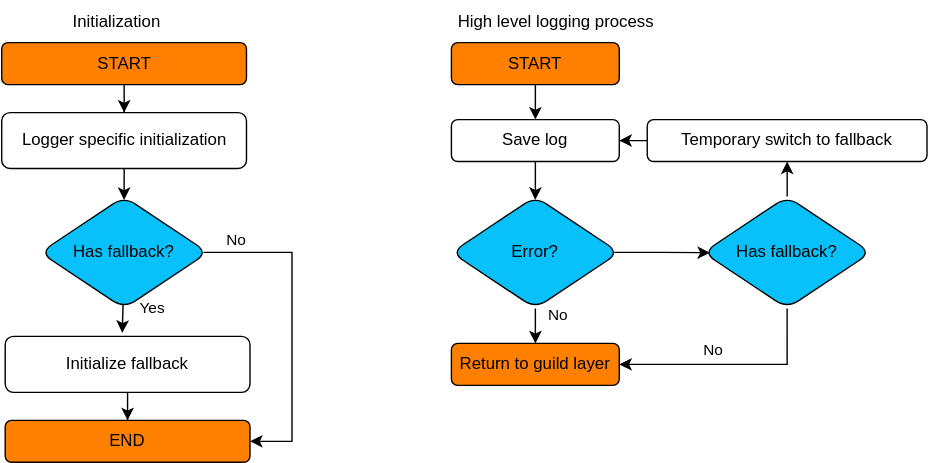
Before: docs/thesis/images/daf-high-level-log.svg, a diagram exported from draw.io (davidhozic/discord-advertisement-framework). Source tidied: cells renumbered, new cells last; positions are measured from the earlier drawing's top-left corner, leaving out a move shared by most shapes.
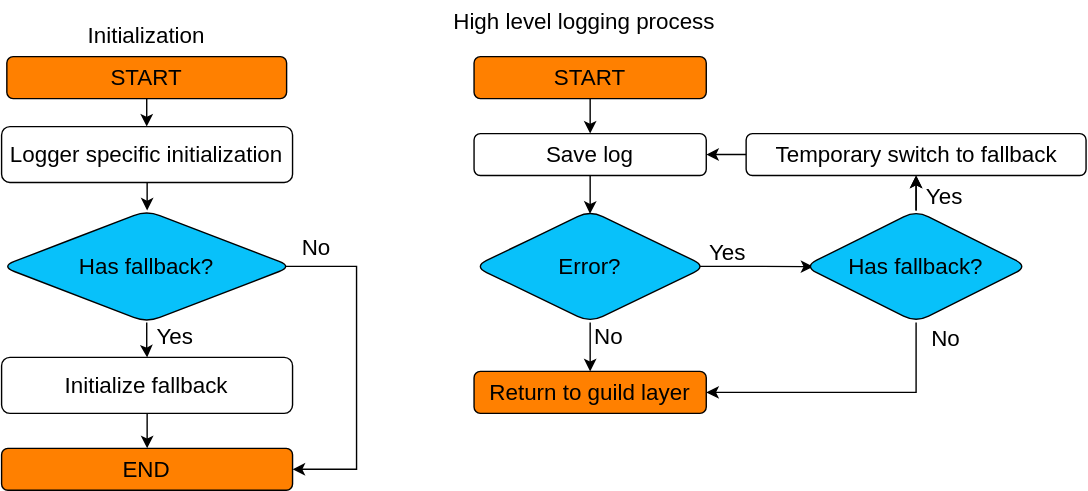
Above is the later version.

Diff of the diagram source:
```diff
@@ -2,95 +2,98 @@
   <root>
     <mxCell id="0" />
     <mxCell id="1" parent="0" />
-    <mxCell id="2" style="edgeStyle=orthogonalEdgeStyle;rounded=0;jettySize=auto;html=1;" parent="1" edge="1" source="3" target="5">
+    <mxCell id="2" style="edgeStyle=orthogonalEdgeStyle;rounded=0;jettySize=auto;html=1;fontSize=16;" parent="1" edge="1" source="3" target="5">
       <mxGeometry relative="1" as="geometry" />
     </mxCell>
-    <mxCell id="3" value="START" style="rounded=1;whiteSpace=wrap;html=1;fontSize=12;glass=0;strokeWidth=1;shadow=0;fillColor=#FF8000;strokeColor=default;" parent="1" vertex="1">
-      <mxGeometry x="0.5" y="30" width="175" height="30" as="geometry" />
+    <mxCell id="3" value="START" style="rounded=1;whiteSpace=wrap;html=1;fontSize=16;glass=0;strokeWidth=1;shadow=0;fillColor=#FF8000;strokeColor=default;" parent="1" vertex="1">
+      <mxGeometry x="-12" y="30" width="200" height="30" as="geometry" />
     </mxCell>
-    <mxCell id="4" style="edgeStyle=orthogonalEdgeStyle;rounded=0;jettySize=auto;html=1;entryX=0.5;entryY=0.031;entryDx=0;entryDy=0;entryPerimeter=0;" parent="1" edge="1" source="5" target="9">
+    <mxCell id="4" style="edgeStyle=orthogonalEdgeStyle;rounded=0;jettySize=auto;html=1;fontSize=16;" parent="1" edge="1" source="5" target="9">
       <mxGeometry relative="1" as="geometry" />
     </mxCell>
-    <mxCell id="5" value="Logger specific initialization" style="whiteSpace=wrap;html=1;rounded=1;glass=0;strokeWidth=1;shadow=0;" parent="1" vertex="1">
-      <mxGeometry x="0.5" y="80" width="175" height="40" as="geometry" />
+    <mxCell id="5" value="Logger specific initialization" style="whiteSpace=wrap;html=1;rounded=1;glass=0;strokeWidth=1;shadow=0;fontSize=16;" parent="1" vertex="1">
+      <mxGeometry x="-15.8" y="80" width="208" height="40" as="geometry" />
     </mxCell>
-    <mxCell id="6" value="Yes" style="edgeStyle=orthogonalEdgeStyle;rounded=0;jettySize=auto;html=1;exitX=0.494;exitY=0.962;exitDx=0;exitDy=0;exitPerimeter=0;entryX=0.478;entryY=-0.063;entryDx=0;entryDy=0;entryPerimeter=0;" parent="1" edge="1" source="9" target="11">
-      <mxGeometry x="-0.77" y="21" relative="1" as="geometry" />
-    </mxCell>
-    <mxCell id="7" style="edgeStyle=orthogonalEdgeStyle;rounded=0;jettySize=auto;html=1;entryX=1;entryY=0.5;entryDx=0;entryDy=0;exitX=0.973;exitY=0.499;exitDx=0;exitDy=0;exitPerimeter=0;" parent="1" edge="1" source="9" target="12">
+    <mxCell id="7" style="edgeStyle=orthogonalEdgeStyle;rounded=0;jettySize=auto;html=1;entryX=1;entryY=0.5;entryDx=0;entryDy=0;exitX=0.973;exitY=0.499;exitDx=0;exitDy=0;exitPerimeter=0;fontSize=16;" parent="1" edge="1" source="9" target="12">
       <mxGeometry relative="1" as="geometry">
         <Array as="points">
-          <mxPoint x="208" y="180" />
-          <mxPoint x="208" y="315" />
+          <mxPoint x="238" y="180" />
+          <mxPoint x="238" y="325" />
         </Array>
       </mxGeometry>
     </mxCell>
-    <mxCell id="8" value="No" style="edgeLabel;html=1;align=center;verticalAlign=middle;" parent="7" vertex="1">
+    <mxCell id="8" value="No" style="edgeLabel;html=1;align=center;verticalAlign=middle;fontSize=16;labelBackgroundColor=none;" parent="7" vertex="1">
       <mxGeometry x="-0.18" y="-1" relative="1" as="geometry">
-        <mxPoint x="-39" y="-40" as="offset" />
+        <mxPoint x="-29" y="-63" as="offset" />
       </mxGeometry>
     </mxCell>
+    <mxCell id="6" value="Yes" style="edgeStyle=orthogonalEdgeStyle;rounded=0;jettySize=auto;html=1;fontSize=16;labelBackgroundColor=none;" parent="1" edge="1" source="9" target="11">
+      <mxGeometry x="-0.21" y="20" relative="1" as="geometry" />
+    </mxCell>
-    <mxCell id="9" value="Has fallback?" style="rhombus;whiteSpace=wrap;html=1;rounded=1;glass=0;strokeWidth=1;shadow=0;fillColor=#08C1FA;" parent="1" vertex="1">
-      <mxGeometry x="28" y="140" width="120" height="80" as="geometry" />
+    <mxCell id="9" value="Has fallback?" style="rhombus;whiteSpace=wrap;html=1;rounded=1;glass=0;strokeWidth=1;shadow=0;fillColor=#08C1FA;fontSize=16;" parent="1" vertex="1">
+      <mxGeometry x="-16" y="140" width="208" height="80" as="geometry" />
     </mxCell>
-    <mxCell id="10" style="edgeStyle=orthogonalEdgeStyle;rounded=0;jettySize=auto;html=1;" parent="1" edge="1" source="11" target="12">
+    <mxCell id="10" style="edgeStyle=orthogonalEdgeStyle;rounded=0;jettySize=auto;html=1;fontSize=16;" parent="1" edge="1" source="11" target="12">
       <mxGeometry relative="1" as="geometry" />
     </mxCell>
-    <mxCell id="11" value="Initialize fallback" style="whiteSpace=wrap;html=1;rounded=1;glass=0;strokeWidth=1;shadow=0;" parent="1" vertex="1">
-      <mxGeometry x="3" y="240" width="175" height="40" as="geometry" />
-    </mxCell>
-    <mxCell id="12" value="END" style="whiteSpace=wrap;html=1;rounded=1;glass=0;strokeWidth=1;shadow=0;fillColor=#FF8000;strokeColor=default;" parent="1" vertex="1">
-      <mxGeometry x="3" y="300" width="175" height="30" as="geometry" />
+    <mxCell id="12" value="END" style="whiteSpace=wrap;html=1;rounded=1;glass=0;strokeWidth=1;shadow=0;fillColor=#FF8000;strokeColor=default;fontSize=16;" parent="1" vertex="1">
+      <mxGeometry x="-15.8" y="310" width="208" height="30" as="geometry" />
     </mxCell>
-    <mxCell id="13" value="Initialization" style="text;html=1;strokeColor=none;fillColor=none;align=center;verticalAlign=middle;whiteSpace=wrap;rounded=0;" parent="1" vertex="1">
-      <mxGeometry x="28" width="110" height="30" as="geometry" />
+    <mxCell id="13" value="Initialization" style="text;html=1;strokeColor=none;fillColor=none;align=center;verticalAlign=middle;whiteSpace=wrap;rounded=0;fontSize=16;" parent="1" vertex="1">
+      <mxGeometry x="33.2" width="110" height="30" as="geometry" />
     </mxCell>
-    <mxCell id="14" style="edgeStyle=orthogonalEdgeStyle;rounded=0;jettySize=auto;html=1;" parent="1" edge="1" source="15" target="17">
+    <mxCell id="14" style="edgeStyle=orthogonalEdgeStyle;rounded=0;jettySize=auto;html=1;fontSize=16;" parent="1" edge="1" source="15" target="17">
       <mxGeometry relative="1" as="geometry" />
     </mxCell>
-    <mxCell id="15" value="START" style="rounded=1;whiteSpace=wrap;html=1;fontSize=12;glass=0;strokeWidth=1;shadow=0;fillColor=#FF8000;strokeColor=default;" parent="1" vertex="1">
-      <mxGeometry x="322" y="30" width="120" height="30" as="geometry" />
+    <mxCell id="15" value="START" style="rounded=1;whiteSpace=wrap;html=1;fontSize=16;glass=0;strokeWidth=1;shadow=0;fillColor=#FF8000;strokeColor=default;" parent="1" vertex="1">
+      <mxGeometry x="322" y="30" width="166" height="30" as="geometry" />
     </mxCell>
-    <mxCell id="16" style="edgeStyle=orthogonalEdgeStyle;rounded=0;jettySize=auto;html=1;entryX=0.499;entryY=0.03;entryDx=0;entryDy=0;entryPerimeter=0;" parent="1" edge="1" source="17" target="20">
+    <mxCell id="16" style="edgeStyle=orthogonalEdgeStyle;rounded=0;jettySize=auto;html=1;entryX=0.499;entryY=0.03;entryDx=0;entryDy=0;entryPerimeter=0;fontSize=16;" parent="1" edge="1" source="17" target="20">
       <mxGeometry relative="1" as="geometry" />
     </mxCell>
-    <mxCell id="17" value="Save log" style="whiteSpace=wrap;html=1;rounded=1;glass=0;strokeWidth=1;shadow=0;" parent="1" vertex="1">
-      <mxGeometry x="322" y="85" width="120" height="30" as="geometry" />
+    <mxCell id="17" value="Save log" style="whiteSpace=wrap;html=1;rounded=1;glass=0;strokeWidth=1;shadow=0;fontSize=16;" parent="1" vertex="1">
+      <mxGeometry x="322" y="85" width="166" height="30" as="geometry" />
     </mxCell>
-    <mxCell id="18" style="edgeStyle=orthogonalEdgeStyle;rounded=0;jettySize=auto;html=1;entryX=0.041;entryY=0.502;entryDx=0;entryDy=0;entryPerimeter=0;exitX=0.971;exitY=0.499;exitDx=0;exitDy=0;exitPerimeter=0;" parent="1" edge="1" source="20" target="24">
-      <mxGeometry relative="1" as="geometry" />
+    <mxCell id="18" value="Yes" style="edgeStyle=orthogonalEdgeStyle;rounded=0;jettySize=auto;html=1;entryX=0.041;entryY=0.502;entryDx=0;entryDy=0;entryPerimeter=0;exitX=0.971;exitY=0.499;exitDx=0;exitDy=0;exitPerimeter=0;fontSize=16;labelBackgroundColor=none;" parent="1" edge="1" source="20" target="24">
+      <mxGeometry x="-0.5" y="10" relative="1" as="geometry" />
     </mxCell>
-    <mxCell id="19" value="No" style="edgeStyle=orthogonalEdgeStyle;rounded=0;jettySize=auto;html=1;" parent="1" edge="1" source="20" target="25">
-      <mxGeometry x="-0.82" y="16" relative="1" as="geometry" />
+    <mxCell id="19" value="No" style="edgeStyle=orthogonalEdgeStyle;rounded=0;jettySize=auto;html=1;fontSize=16;labelBackgroundColor=none;" parent="1" edge="1" source="20" target="25">
+      <mxGeometry x="-0.56" y="13" relative="1" as="geometry" />
     </mxCell>
-    <mxCell id="20" value="Error?" style="rhombus;whiteSpace=wrap;html=1;rounded=1;glass=0;strokeWidth=1;shadow=0;fillColor=#08C1FA;" parent="1" vertex="1">
-      <mxGeometry x="322" y="140" width="120" height="80" as="geometry" />
+    <mxCell id="20" value="Error?" style="rhombus;whiteSpace=wrap;html=1;rounded=1;glass=0;strokeWidth=1;shadow=0;fillColor=#08C1FA;fontSize=16;" parent="1" vertex="1">
+      <mxGeometry x="322" y="140" width="166" height="80" as="geometry" />
     </mxCell>
-    <mxCell id="21" style="edgeStyle=orthogonalEdgeStyle;rounded=0;jettySize=auto;html=1;exitX=0.5;exitY=1;exitDx=0;exitDy=0;entryX=1;entryY=0.5;entryDx=0;entryDy=0;" parent="1" edge="1" source="24" target="25">
+    <mxCell id="21" style="edgeStyle=orthogonalEdgeStyle;rounded=0;jettySize=auto;html=1;exitX=0.5;exitY=1;exitDx=0;exitDy=0;entryX=1;entryY=0.5;entryDx=0;entryDy=0;fontSize=16;" parent="1" edge="1" source="24" target="25">
       <mxGeometry relative="1" as="geometry" />
     </mxCell>
-    <mxCell id="22" value="No" style="edgeLabel;html=1;align=center;verticalAlign=middle;" parent="21" vertex="1">
+    <mxCell id="22" value="No" style="edgeLabel;html=1;align=center;verticalAlign=middle;fontSize=16;labelBackgroundColor=none;" parent="21" vertex="1">
       <mxGeometry x="-0.08" y="-2" relative="1" as="geometry">
-        <mxPoint x="-20" y="-8" as="offset" />
+        <mxPoint x="62" y="-38" as="offset" />
       </mxGeometry>
     </mxCell>
-    <mxCell id="23" style="edgeStyle=orthogonalEdgeStyle;rounded=0;jettySize=auto;html=1;" parent="1" edge="1" source="24" target="27">
+    <mxCell id="23" style="edgeStyle=orthogonalEdgeStyle;rounded=0;jettySize=auto;html=1;fontSize=16;" parent="1" edge="1" source="24" target="27">
       <mxGeometry relative="1" as="geometry" />
     </mxCell>
+    <mxCell id="29" value="Yes" style="edgeStyle=orthogonalEdgeStyle;rounded=0;jettySize=auto;html=1;labelBackgroundColor=none;fontSize=16;" parent="1" edge="1" source="24" target="27">
+      <mxGeometry x="0.45" y="-20" relative="1" as="geometry" />
+    </mxCell>
-    <mxCell id="24" value="Has fallback?" style="rhombus;whiteSpace=wrap;html=1;rounded=1;glass=0;strokeWidth=1;shadow=0;fillColor=#08C1FA;" parent="1" vertex="1">
-      <mxGeometry x="502" y="140" width="120" height="80" as="geometry" />
+    <mxCell id="24" value="Has fallback?" style="rhombus;whiteSpace=wrap;html=1;rounded=1;glass=0;strokeWidth=1;shadow=0;fillColor=#08C1FA;fontSize=16;" parent="1" vertex="1">
+      <mxGeometry x="558" y="140" width="160" height="80" as="geometry" />
     </mxCell>
-    <mxCell id="25" value="Return to guild layer" style="whiteSpace=wrap;html=1;rounded=1;glass=0;strokeWidth=1;shadow=0;fillColor=#FF8000;strokeColor=default;" parent="1" vertex="1">
-      <mxGeometry x="322" y="245" width="120" height="30" as="geometry" />
+    <mxCell id="25" value="Return to guild layer" style="whiteSpace=wrap;html=1;rounded=1;glass=0;strokeWidth=1;shadow=0;fillColor=#FF8000;strokeColor=default;fontSize=16;" parent="1" vertex="1">
+      <mxGeometry x="322" y="255" width="166" height="30" as="geometry" />
     </mxCell>
-    <mxCell id="26" style="edgeStyle=orthogonalEdgeStyle;rounded=0;jettySize=auto;html=1;" parent="1" edge="1" source="27" target="17">
+    <mxCell id="26" style="edgeStyle=orthogonalEdgeStyle;rounded=0;jettySize=auto;html=1;fontSize=16;" parent="1" edge="1" source="27" target="17">
       <mxGeometry relative="1" as="geometry" />
     </mxCell>
-    <mxCell id="27" value="Temporary switch to fallback" style="whiteSpace=wrap;html=1;rounded=1;glass=0;strokeWidth=1;shadow=0;" parent="1" vertex="1">
-      <mxGeometry x="462" y="85" width="200" height="30" as="geometry" />
+    <mxCell id="27" value="Temporary switch to fallback" style="whiteSpace=wrap;html=1;rounded=1;glass=0;strokeWidth=1;shadow=0;fontSize=16;" parent="1" vertex="1">
+      <mxGeometry x="516.5" y="85" width="243" height="30" as="geometry" />
     </mxCell>
-    <mxCell id="28" value="High level logging process" style="text;html=1;strokeColor=none;fillColor=none;align=center;verticalAlign=middle;whiteSpace=wrap;rounded=0;" parent="1" vertex="1">
-      <mxGeometry x="322" width="150" height="30" as="geometry" />
+    <mxCell id="28" value="High level logging process" style="text;html=1;strokeColor=none;fillColor=none;align=center;verticalAlign=middle;whiteSpace=wrap;rounded=0;fontSize=16;" parent="1" vertex="1">
+      <mxGeometry x="268" y="-10" width="266" height="30" as="geometry" />
     </mxCell>
+    <mxCell id="11" value="Initialize fallback" style="whiteSpace=wrap;html=1;rounded=1;glass=0;strokeWidth=1;shadow=0;fontSize=16;" parent="1" vertex="1">
+      <mxGeometry x="-15.8" y="245" width="208" height="40" as="geometry" />
+    </mxCell>
   </root>
 </mxGraphModel>
```
